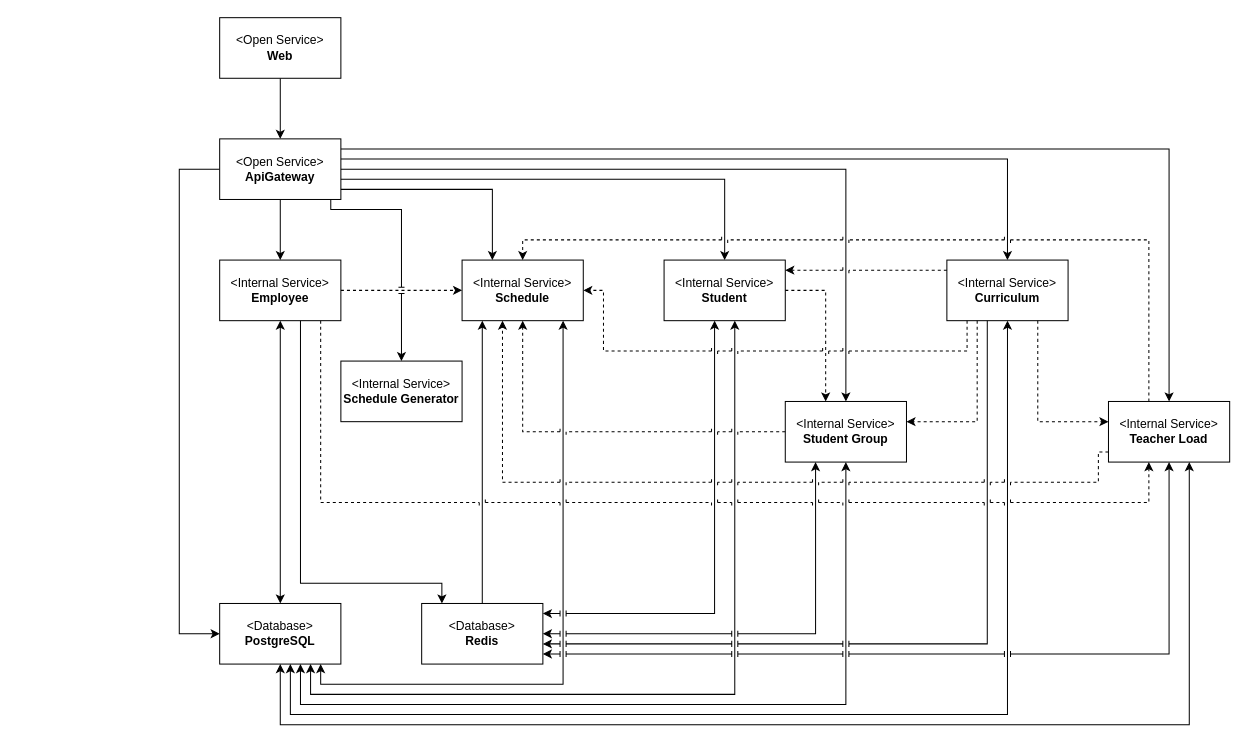
Earlier version of the draw.io diagram docs/architecture.drawio (IrusHunter/duckademic). Source tidied: cells renumbered, new cells numbered last; positions are measured from the earlier drawing's top-left corner, leaving out a move shared by most shapes. Both pictures are drawn from the tidied source at 101%, with x=0, y=0 at pixel (179, 17).
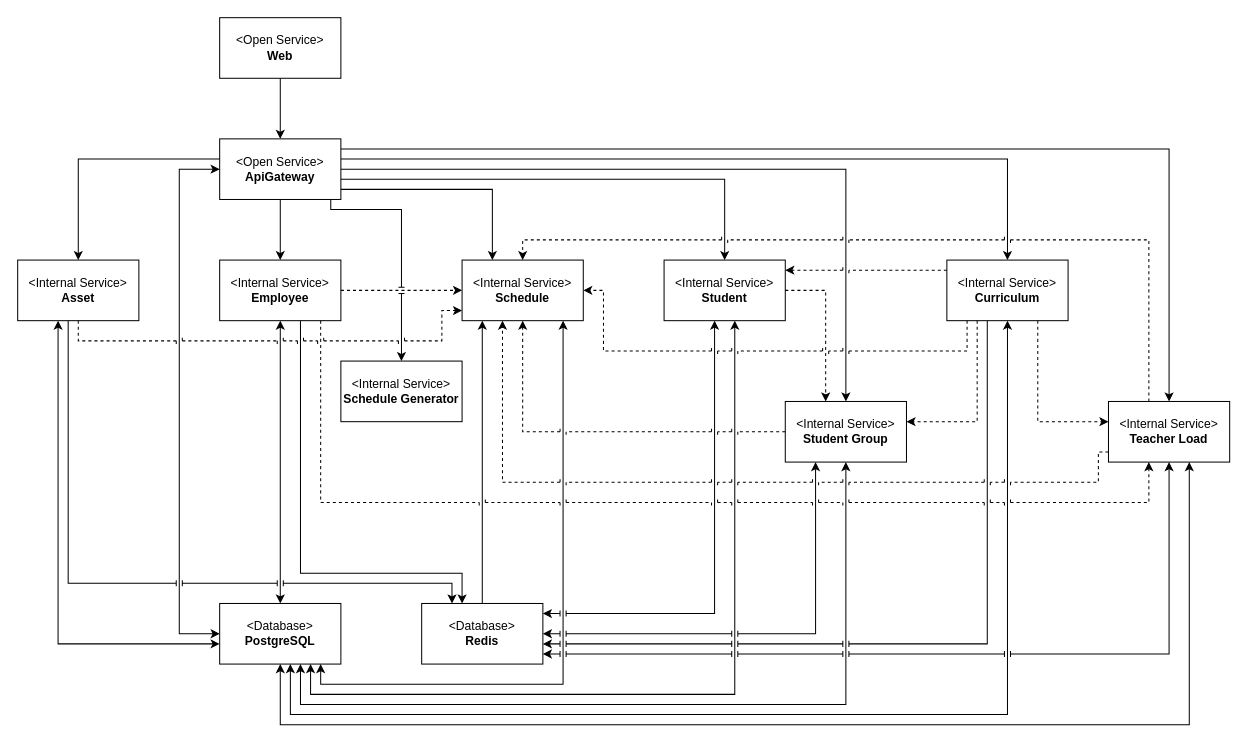
The same page after the edit.

The change refers to these unchanged cells:
```xml
<mxCell id="7" value="&amp;lt;Open Service&amp;gt;&lt;div&gt;&lt;b&gt;ApiGateway&lt;/b&gt;&lt;/div&gt;" style="html=1;whiteSpace=wrap;" parent="1" vertex="1">
  <mxGeometry x="40" y="120" width="120" height="60" as="geometry" />
</mxCell>
<mxCell id="9" value="&amp;lt;Internal Service&amp;gt;&lt;div&gt;&lt;b&gt;Employee&lt;/b&gt;&lt;/div&gt;" style="html=1;whiteSpace=wrap;" parent="1" vertex="1">
  <mxGeometry x="40" y="240" width="120" height="60" as="geometry" />
</mxCell>
<mxCell id="10" value="&amp;lt;Database&amp;gt;&lt;div&gt;&lt;b&gt;PostgreSQL&lt;/b&gt;&lt;/div&gt;" style="html=1;whiteSpace=wrap;" parent="1" vertex="1">
  <mxGeometry x="40" y="580" width="120" height="60" as="geometry" />
</mxCell>
<mxCell id="11" value="&amp;lt;Internal Service&amp;gt;&lt;div&gt;&lt;b&gt;Schedule&lt;/b&gt;&lt;/div&gt;" style="html=1;whiteSpace=wrap;" parent="1" vertex="1">
  <mxGeometry x="280" y="240" width="120" height="60" as="geometry" />
</mxCell>
<mxCell id="12" value="&amp;lt;Database&amp;gt;&lt;div&gt;&lt;b&gt;Redis&lt;/b&gt;&lt;/div&gt;" style="html=1;whiteSpace=wrap;" parent="1" vertex="1">
  <mxGeometry x="240" y="580" width="120" height="60" as="geometry" />
</mxCell>
```

What changed in the source:
```diff
@@
-    <mxCell id="6" style="edgeStyle=orthogonalEdgeStyle;html=1;jumpStyle=line;rounded=0;curved=0;" parent="1" edge="1" source="7" target="10">
+    <mxCell id="6" style="edgeStyle=orthogonalEdgeStyle;html=1;jumpStyle=line;rounded=0;curved=0;startArrow=classic;startFill=1;" parent="1" edge="1" source="7" target="10">
       <mxGeometry relative="1" as="geometry">
         <Array as="points">
           <mxPoint y="150" />
           <mxPoint y="610" />
         </Array>
       </mxGeometry>
     </mxCell>
@@
     <mxCell id="14" style="edgeStyle=orthogonalEdgeStyle;html=1;rounded=0;curved=0;" parent="1" edge="1" source="9" target="12">
       <mxGeometry relative="1" as="geometry">
         <Array as="points">
-          <mxPoint x="120" y="560" />
-          <mxPoint x="260" y="560" />
+          <mxPoint x="120" y="550" />
+          <mxPoint x="280" y="550" />
         </Array>
       </mxGeometry>
     </mxCell>
@@
+    <mxCell id="45" value="&amp;lt;Internal Service&amp;gt;&lt;div&gt;&lt;b&gt;Asset&lt;/b&gt;&lt;/div&gt;" style="html=1;whiteSpace=wrap;" parent="1" vertex="1">
+      <mxGeometry x="-160" y="240" width="120" height="60" as="geometry" />
+    </mxCell>
+    <mxCell id="46" style="edgeStyle=orthogonalEdgeStyle;html=1;rounded=0;curved=0;dashed=1;jumpStyle=line;" parent="1" edge="1" source="45" target="11">
+      <mxGeometry relative="1" as="geometry">
+        <Array as="points">
+          <mxPoint x="-100" y="320" />
+          <mxPoint x="260" y="320" />
+          <mxPoint x="260" y="290" />
+        </Array>
+      </mxGeometry>
+    </mxCell>
+    <mxCell id="47" style="edgeStyle=orthogonalEdgeStyle;html=1;startArrow=classic;startFill=1;rounded=0;curved=0;jumpStyle=line;" parent="1" edge="1" source="45" target="10">
+      <mxGeometry relative="1" as="geometry">
+        <Array as="points">
+          <mxPoint x="-120" y="620" />
+        </Array>
+      </mxGeometry>
+    </mxCell>
+    <mxCell id="48" style="edgeStyle=orthogonalEdgeStyle;html=1;rounded=0;curved=0;jumpStyle=line;" parent="1" edge="1" source="45" target="12">
+      <mxGeometry relative="1" as="geometry">
+        <Array as="points">
+          <mxPoint x="-110" y="560" />
+          <mxPoint x="270" y="560" />
+        </Array>
+      </mxGeometry>
+    </mxCell>
+    <mxCell id="49" style="edgeStyle=orthogonalEdgeStyle;html=1;rounded=0;curved=0;jumpStyle=line;" parent="1" edge="1" source="7" target="45">
+      <mxGeometry relative="1" as="geometry">
+        <Array as="points">
+          <mxPoint x="-100" y="140" />
+        </Array>
+      </mxGeometry>
+    </mxCell>
```
